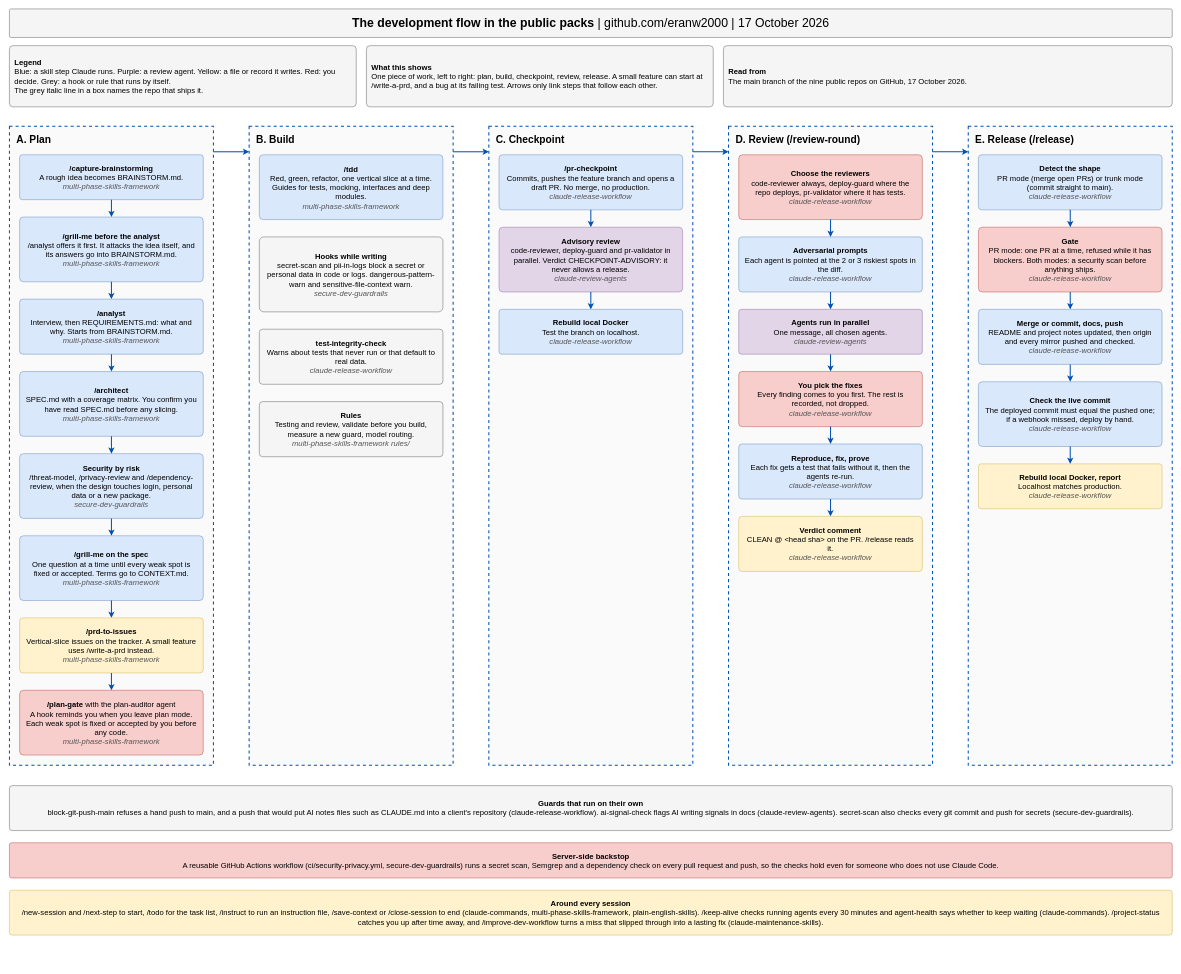
eranw2000/eranw2000 keeps this draw.io diagram as docs/development-flow.drawio. Above is the earlier version. Source tidied: cells renumbered, new cells numbered last; positions are measured from the earlier drawing's top-left corner, leaving out a move shared by most shapes. Both pictures are drawn from the tidied source at 51%, with x=0, y=0 at pixel (9, 9).
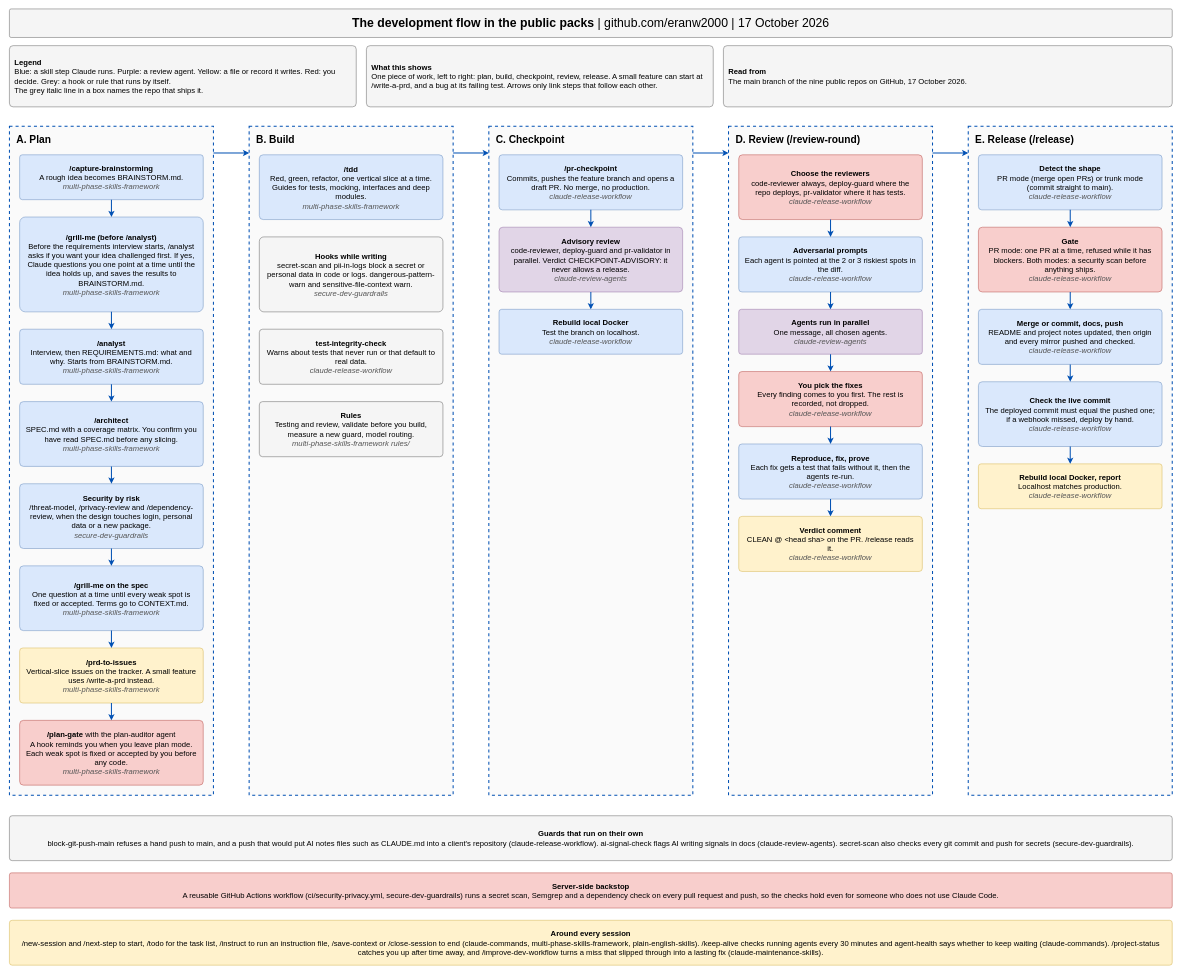
The same page after the edit.

Commit message (it also covers changes not shown here):
Development flow: clearer wording for the /grill-me box

Diff of the diagram source:
```diff
@@
     <mxCell id="6" value="A. Plan" style="rounded=0;whiteSpace=wrap;html=1;fillColor=#fafafa;strokeColor=#0050b3;fontStyle=1;fontSize=20;verticalAlign=top;align=left;spacingLeft=12;spacingTop=8;dashed=1;strokeWidth=2;fontFamily=Helvetica;" parent="1" vertex="1">
-      <mxGeometry y="230" width="400" height="1253" as="geometry" />
+      <mxGeometry y="230" width="400" height="1312" as="geometry" />
     </mxCell>
     <mxCell id="7" value="B. Build" style="rounded=0;whiteSpace=wrap;html=1;fillColor=#fafafa;strokeColor=#0050b3;fontStyle=1;fontSize=20;verticalAlign=top;align=left;spacingLeft=12;spacingTop=8;dashed=1;strokeWidth=2;fontFamily=Helvetica;" parent="1" vertex="1">
-      <mxGeometry x="470" y="230" width="400" height="1253" as="geometry" />
+      <mxGeometry x="470" y="230" width="400" height="1312" as="geometry" />
     </mxCell>
     <mxCell id="8" value="C. Checkpoint" style="rounded=0;whiteSpace=wrap;html=1;fillColor=#fafafa;strokeColor=#0050b3;fontStyle=1;fontSize=20;verticalAlign=top;align=left;spacingLeft=12;spacingTop=8;dashed=1;strokeWidth=2;fontFamily=Helvetica;" parent="1" vertex="1">
-      <mxGeometry x="940" y="230" width="400" height="1253" as="geometry" />
+      <mxGeometry x="940" y="230" width="400" height="1312" as="geometry" />
     </mxCell>
     <mxCell id="9" value="D. Review (/review-round)" style="rounded=0;whiteSpace=wrap;html=1;fillColor=#fafafa;strokeColor=#0050b3;fontStyle=1;fontSize=20;verticalAlign=top;align=left;spacingLeft=12;spacingTop=8;dashed=1;strokeWidth=2;fontFamily=Helvetica;" parent="1" vertex="1">
-      <mxGeometry x="1410" y="230" width="400" height="1253" as="geometry" />
+      <mxGeometry x="1410" y="230" width="400" height="1312" as="geometry" />
     </mxCell>
     <mxCell id="10" value="E. Release (/release)" style="rounded=0;whiteSpace=wrap;html=1;fillColor=#fafafa;strokeColor=#0050b3;fontStyle=1;fontSize=20;verticalAlign=top;align=left;spacingLeft=12;spacingTop=8;dashed=1;strokeWidth=2;fontFamily=Helvetica;" parent="1" vertex="1">
-      <mxGeometry x="1880" y="230" width="400" height="1253" as="geometry" />
+      <mxGeometry x="1880" y="230" width="400" height="1312" as="geometry" />
     </mxCell>
@@
-    <mxCell id="12" value="&lt;b&gt;/grill-me before the analyst&lt;/b&gt;&lt;br&gt;/analyst offers it first. It attacks the idea itself, and its answers go into BRAINSTORM.md.&lt;br&gt;&lt;i&gt;&lt;font color=&quot;#555555&quot;&gt;multi-phase-skills-framework&lt;/font&gt;&lt;/i&gt;" style="rounded=1;arcSize=6;whiteSpace=wrap;html=1;fillColor=#dae8fc;strokeColor=#6c8ebf;fontSize=15;fontFamily=Helvetica;spacing=10;align=center;verticalAlign=middle;" parent="1" vertex="1">
-      <mxGeometry x="20" y="408" width="360" height="127" as="geometry" />
+    <mxCell id="12" value="&lt;b&gt;/grill-me (before /analyst)&lt;/b&gt;&lt;br&gt;Before the requirements interview starts, /analyst asks if you want your idea challenged first. If yes, Claude questions you one point at a time until the idea holds up, and saves the results to BRAINSTORM.md.&lt;br&gt;&lt;i&gt;&lt;font color=&quot;#555555&quot;&gt;multi-phase-skills-framework&lt;/font&gt;&lt;/i&gt;" style="rounded=1;arcSize=6;whiteSpace=wrap;html=1;fillColor=#dae8fc;strokeColor=#6c8ebf;fontSize=15;fontFamily=Helvetica;spacing=10;align=center;verticalAlign=middle;" parent="1" vertex="1">
+      <mxGeometry x="20" y="408" width="360" height="186" as="geometry" />
     </mxCell>
@@
     <mxCell id="14" value="&lt;b&gt;/analyst&lt;/b&gt;&lt;br&gt;Interview, then REQUIREMENTS.md: what and why. Starts from BRAINSTORM.md.&lt;br&gt;&lt;i&gt;&lt;font color=&quot;#555555&quot;&gt;multi-phase-skills-framework&lt;/font&gt;&lt;/i&gt;" style="rounded=1;arcSize=6;whiteSpace=wrap;html=1;fillColor=#dae8fc;strokeColor=#6c8ebf;fontSize=15;fontFamily=Helvetica;spacing=10;align=center;verticalAlign=middle;" parent="1" vertex="1">
-      <mxGeometry x="20" y="569" width="360" height="108" as="geometry" />
+      <mxGeometry x="20" y="628" width="360" height="108" as="geometry" />
     </mxCell>
@@
     <mxCell id="16" value="&lt;b&gt;/architect&lt;/b&gt;&lt;br&gt;SPEC.md with a coverage matrix. You confirm you have read SPEC.md before any slicing.&lt;br&gt;&lt;i&gt;&lt;font color=&quot;#555555&quot;&gt;multi-phase-skills-framework&lt;/font&gt;&lt;/i&gt;" style="rounded=1;arcSize=6;whiteSpace=wrap;html=1;fillColor=#dae8fc;strokeColor=#6c8ebf;fontSize=15;fontFamily=Helvetica;spacing=10;align=center;verticalAlign=middle;" parent="1" vertex="1">
-      <mxGeometry x="20" y="711" width="360" height="127" as="geometry" />
+      <mxGeometry x="20" y="770" width="360" height="127" as="geometry" />
     </mxCell>
@@
     <mxCell id="18" value="&lt;b&gt;Security by risk&lt;/b&gt;&lt;br&gt;/threat-model, /privacy-review and /dependency-review, when the design touches login, personal data or a new package.&lt;br&gt;&lt;i&gt;&lt;font color=&quot;#555555&quot;&gt;secure-dev-guardrails&lt;/font&gt;&lt;/i&gt;" style="rounded=1;arcSize=6;whiteSpace=wrap;html=1;fillColor=#dae8fc;strokeColor=#6c8ebf;fontSize=15;fontFamily=Helvetica;spacing=10;align=center;verticalAlign=middle;" parent="1" vertex="1">
-      <mxGeometry x="20" y="872" width="360" height="127" as="geometry" />
+      <mxGeometry x="20" y="931" width="360" height="127" as="geometry" />
     </mxCell>
@@
     <mxCell id="20" value="&lt;b&gt;/grill-me on the spec&lt;/b&gt;&lt;br&gt;One question at a time until every weak spot is fixed or accepted. Terms go to CONTEXT.md.&lt;br&gt;&lt;i&gt;&lt;font color=&quot;#555555&quot;&gt;multi-phase-skills-framework&lt;/font&gt;&lt;/i&gt;" style="rounded=1;arcSize=6;whiteSpace=wrap;html=1;fillColor=#dae8fc;strokeColor=#6c8ebf;fontSize=15;fontFamily=Helvetica;spacing=10;align=center;verticalAlign=middle;" parent="1" vertex="1">
-      <mxGeometry x="20" y="1033" width="360" height="127" as="geometry" />
+      <mxGeometry x="20" y="1092" width="360" height="127" as="geometry" />
     </mxCell>
@@
     <mxCell id="22" value="&lt;b&gt;/prd-to-issues&lt;/b&gt;&lt;br&gt;Vertical-slice issues on the tracker. A small feature uses /write-a-prd instead.&lt;br&gt;&lt;i&gt;&lt;font color=&quot;#555555&quot;&gt;multi-phase-skills-framework&lt;/font&gt;&lt;/i&gt;" style="rounded=1;arcSize=6;whiteSpace=wrap;html=1;fillColor=#fff2cc;strokeColor=#d6b656;fontSize=15;fontFamily=Helvetica;spacing=10;align=center;verticalAlign=middle;" parent="1" vertex="1">
-      <mxGeometry x="20" y="1194" width="360" height="108" as="geometry" />
+      <mxGeometry x="20" y="1253" width="360" height="108" as="geometry" />
     </mxCell>
@@
     <mxCell id="24" value="&lt;b&gt;/plan-gate&lt;/b&gt; with the plan-auditor agent&lt;br&gt;A hook reminds you when you leave plan mode. Each weak spot is fixed or accepted by you before any code.&lt;br&gt;&lt;i&gt;&lt;font color=&quot;#555555&quot;&gt;multi-phase-skills-framework&lt;/font&gt;&lt;/i&gt;" style="rounded=1;arcSize=6;whiteSpace=wrap;html=1;fillColor=#f8cecc;strokeColor=#b85450;fontSize=15;fontFamily=Helvetica;spacing=10;align=center;verticalAlign=middle;" parent="1" vertex="1">
-      <mxGeometry x="20" y="1336" width="360" height="127" as="geometry" />
+      <mxGeometry x="20" y="1395" width="360" height="127" as="geometry" />
     </mxCell>
@@
     <mxCell id="59" value="&lt;b&gt;Guards that run on their own&lt;/b&gt;&lt;br&gt;block-git-push-main refuses a hand push to main, and a push that would put AI notes files such as CLAUDE.md into a client's repository (claude-release-workflow). ai-signal-check flags AI writing signals in docs (claude-review-agents). secret-scan also checks every git commit and push for secrets (secure-dev-guardrails)." style="rounded=1;arcSize=6;whiteSpace=wrap;html=1;fillColor=#f5f5f5;strokeColor=#666666;fontSize=15;fontFamily=Helvetica;spacing=10;align=center;verticalAlign=middle;" parent="1" vertex="1">
-      <mxGeometry y="1523" width="2280" height="88" as="geometry" />
+      <mxGeometry y="1582" width="2280" height="88" as="geometry" />
     </mxCell>
     <mxCell id="60" value="&lt;b&gt;Server-side backstop&lt;/b&gt;&lt;br&gt;A reusable GitHub Actions workflow (ci/security-privacy.yml, secure-dev-guardrails) runs a secret scan, Semgrep and a dependency check on every pull request and push, so the checks hold even for someone who does not use Claude Code." style="rounded=1;arcSize=6;whiteSpace=wrap;html=1;fillColor=#f8cecc;strokeColor=#b85450;fontSize=15;fontFamily=Helvetica;spacing=10;align=center;verticalAlign=middle;" parent="1" vertex="1">
-      <mxGeometry y="1635" width="2280" height="69" as="geometry" />
+      <mxGeometry y="1694" width="2280" height="69" as="geometry" />
     </mxCell>
     <mxCell id="61" value="&lt;b&gt;Around every session&lt;/b&gt;&lt;br&gt;/new-session and /next-step to start, /todo for the task list, /instruct to run an instruction file, /save-context or /close-session to end (claude-commands, multi-phase-skills-framework, plain-english-skills). /keep-alive checks running agents every 30 minutes and agent-health says whether to keep waiting (claude-commands). /project-status catches you up after time away, and /improve-dev-workflow turns a miss that slipped through into a lasting fix (claude-maintenance-skills)." style="rounded=1;arcSize=6;whiteSpace=wrap;html=1;fillColor=#fff2cc;strokeColor=#d6b656;fontSize=15;fontFamily=Helvetica;spacing=10;align=center;verticalAlign=middle;" parent="1" vertex="1">
-      <mxGeometry y="1728" width="2280" height="88" as="geometry" />
+      <mxGeometry y="1787" width="2280" height="88" as="geometry" />
     </mxCell>
```
